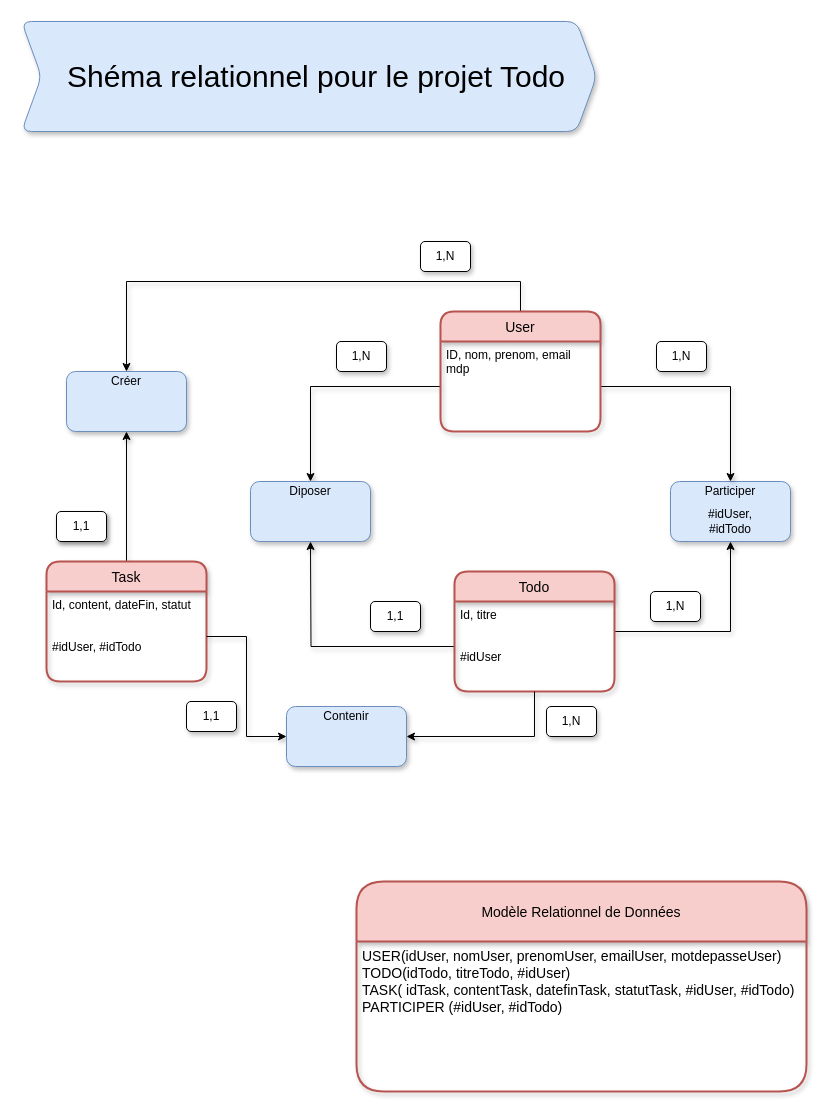
Above: assets/todo_diagramBDD.drawio in BaptisteLecat/Todo (draw.io), before the change. Source tidied: cells renumbered, new cells numbered last; positions are measured from the earlier drawing's top-left corner, leaving out a move shared by most shapes. Both pictures are drawn from the tidied source at 100%, with x=0, y=0 at pixel (21, 21).
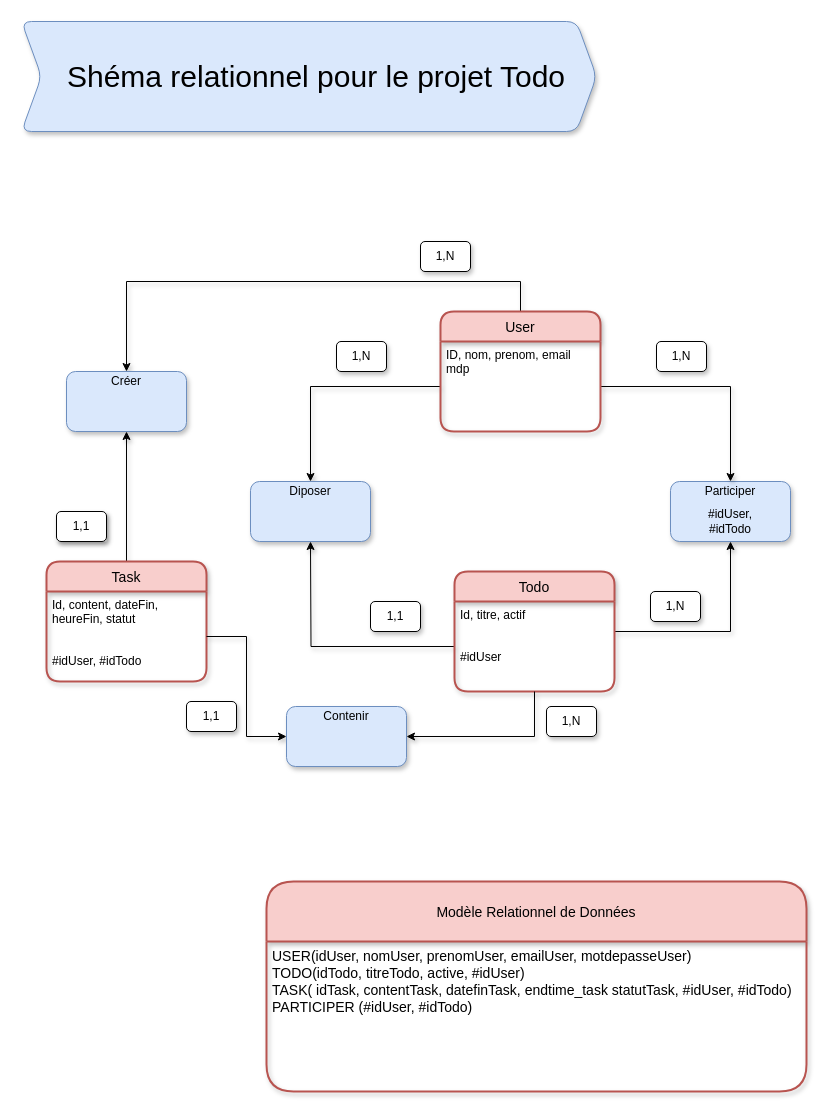
The same diagram, later.

Unchanged cells that the change refers to:
```xml
<mxCell id="26" value="Task" style="swimlane;horizontal=1;startSize=30;rounded=1;fontSize=14;fontStyle=0;strokeWidth=2;shadow=1;dashed=0;align=center;fillColor=#f8cecc;strokeColor=#b85450;" parent="1" vertex="1">
  <mxGeometry x="25" y="540" width="160" height="120" as="geometry" />
</mxCell>
<mxCell id="50" value="Todo" style="swimlane;horizontal=1;startSize=30;rounded=1;fontSize=14;fontStyle=0;strokeWidth=2;shadow=1;dashed=0;align=center;fillColor=#f8cecc;strokeColor=#b85450;swimlaneLine=1;glass=0;" parent="1" vertex="1">
  <mxGeometry x="433" y="550" width="160" height="120" as="geometry" />
</mxCell>
```

The edit, as a diff of the source:
```diff
@@
-    <mxCell id="27" value="Id, content, dateFin, statut&#10;&#10;&#10;#idUser, #idTodo" style="align=left;strokeColor=none;fillColor=none;spacingLeft=4;fontSize=12;verticalAlign=top;shadow=1;" parent="26" vertex="1">
+    <mxCell id="27" value="Id, content, dateFin,&#10;heureFin, statut&#10;&#10;&#10;#idUser, #idTodo" style="align=left;strokeColor=none;fillColor=none;spacingLeft=4;fontSize=12;verticalAlign=top;shadow=1;" parent="26" vertex="1">
       <mxGeometry y="30" width="160" height="90" as="geometry" />
     </mxCell>
@@
-    <mxCell id="51" value="Id, titre&#10;&#10;&#10;#idUser" style="align=left;strokeColor=none;fillColor=none;spacingLeft=4;fontSize=12;verticalAlign=top;shadow=1;" parent="50" vertex="1">
+    <mxCell id="51" value="Id, titre, actif&#10;&#10;&#10;#idUser" style="align=left;strokeColor=none;fillColor=none;spacingLeft=4;fontSize=12;verticalAlign=top;shadow=1;" parent="50" vertex="1">
       <mxGeometry y="30" width="160" height="90" as="geometry" />
     </mxCell>
@@
     <mxCell id="53" value="Modèle Relationnel de Données" style="swimlane;horizontal=1;startSize=60;rounded=1;fontSize=14;fontStyle=0;strokeWidth=2;shadow=1;dashed=0;align=center;fillColor=#f8cecc;strokeColor=#b85450;swimlaneFillColor=none;sketch=0;" parent="1" vertex="1">
-      <mxGeometry x="335" y="860" width="450" height="210" as="geometry" />
+      <mxGeometry x="245" y="860" width="540" height="210" as="geometry" />
     </mxCell>
-    <mxCell id="54" value="USER(idUser, nomUser, prenomUser, emailUser, motdepasseUser)&#10;TODO(idTodo, titreTodo, #idUser)&#10;TASK( idTask, contentTask, datefinTask, statutTask, #idUser, #idTodo)&#10;PARTICIPER (#idUser, #idTodo)" style="align=left;strokeColor=none;fillColor=none;spacingLeft=4;fontSize=14;verticalAlign=top;spacing=2;fontFamily=Helvetica;labelBackgroundColor=none;labelBorderColor=none;" parent="53" vertex="1">
-      <mxGeometry y="60" width="450" height="150" as="geometry" />
+    <mxCell id="54" value="USER(idUser, nomUser, prenomUser, emailUser, motdepasseUser)&#10;TODO(idTodo, titreTodo, active, #idUser)&#10;TASK( idTask, contentTask, datefinTask, endtime_task statutTask, #idUser, #idTodo)&#10;PARTICIPER (#idUser, #idTodo)" style="align=left;strokeColor=none;fillColor=none;spacingLeft=4;fontSize=14;verticalAlign=top;spacing=2;fontFamily=Helvetica;labelBackgroundColor=none;labelBorderColor=none;" parent="53" vertex="1">
+      <mxGeometry y="60" width="540" height="150" as="geometry" />
     </mxCell>
```
